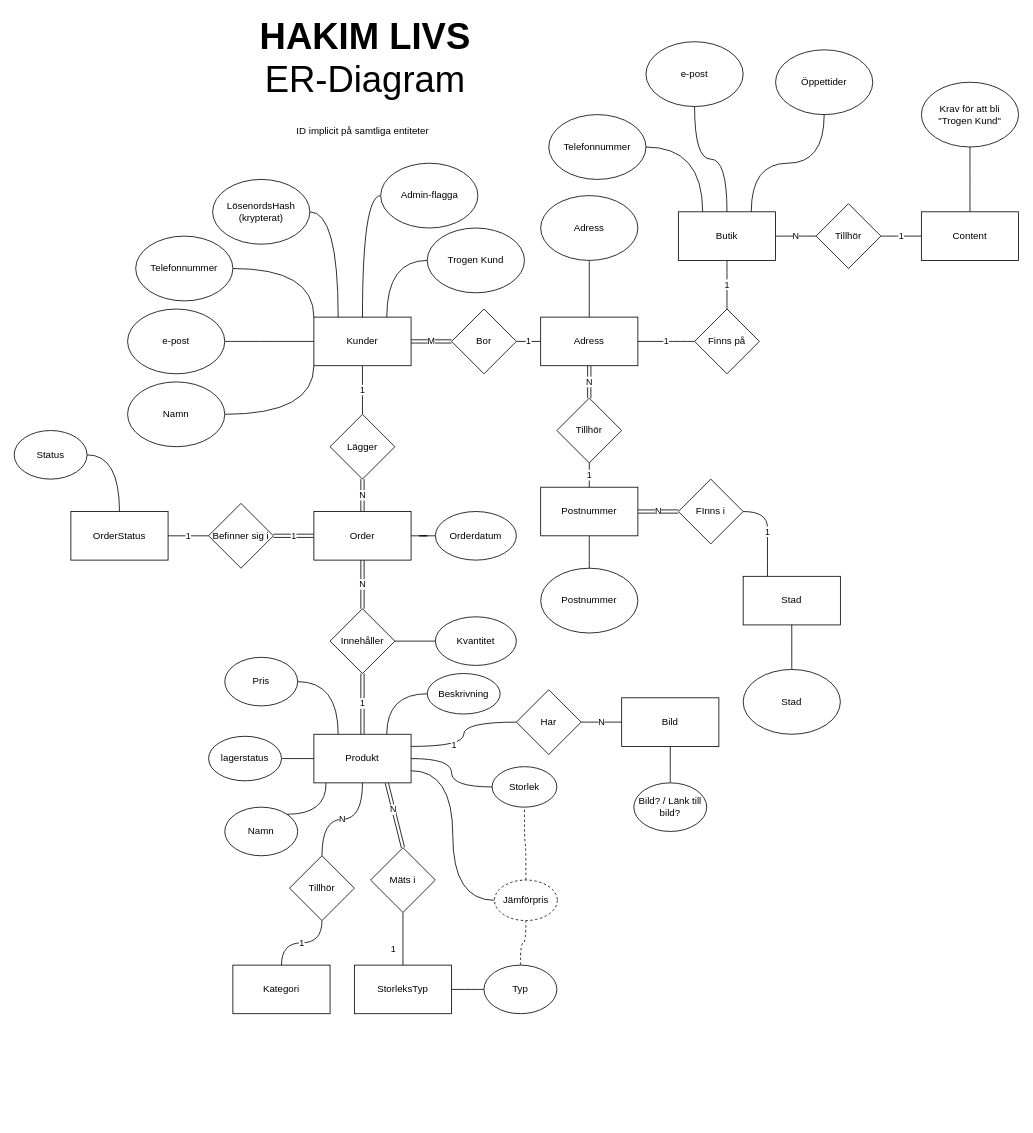
JesperJansson86/WebshopHakimsLivs keeps this draw.io diagram as database/SQL-ERDiagram210406.drawio. Above is the earlier version. Source tidied: cells renumbered, new cells numbered last; positions are measured from the earlier drawing's top-left corner, leaving out a move shared by most shapes. Both pictures are drawn from the tidied source at 81%, with x=0, y=0 at pixel (14, 33).
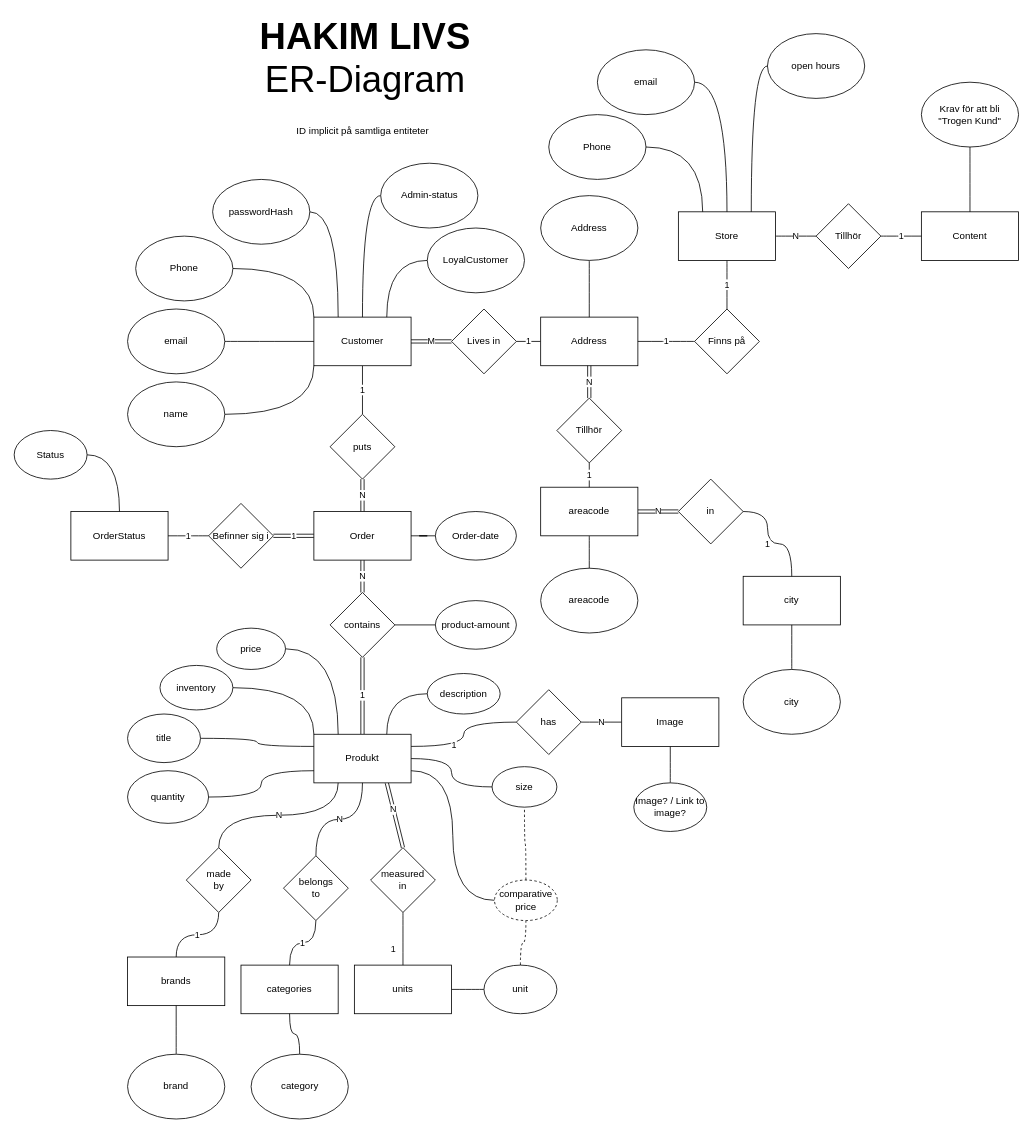
After the change.

Unchanged cells that the change refers to:
```xml
<mxCell id="18" value="Produkt" style="rounded=0;whiteSpace=wrap;html=1;" parent="1" vertex="1">
  <mxGeometry x="370" y="865" width="120" height="60" as="geometry" />
</mxCell>
<mxCell id="33" value="Order" style="rounded=0;whiteSpace=wrap;html=1;" parent="1" vertex="1">
  <mxGeometry x="370" y="590" width="120" height="60" as="geometry" />
</mxCell>
```

Diff of the diagram source:
```diff
@@
-    <mxCell id="2" value="1" style="edgeStyle=orthogonalEdgeStyle;rounded=0;jettySize=auto;html=1;endArrow=none;endFill=0;" parent="1" edge="1" source="4" target="20">
+    <mxCell id="2" value="1" style="rounded=0;jettySize=auto;html=1;endArrow=none;endFill=0;" parent="1" edge="1" source="4" target="20">
       <mxGeometry relative="1" as="geometry" />
     </mxCell>
@@
-    <mxCell id="4" value="&lt;div&gt;Kunder&lt;/div&gt;" style="rounded=0;whiteSpace=wrap;html=1;" parent="1" vertex="1">
+    <mxCell id="4" value="&lt;div&gt;Customer&lt;/div&gt;" style="rounded=0;whiteSpace=wrap;html=1;" parent="1" vertex="1">
       <mxGeometry x="370" y="350" width="120" height="60" as="geometry" />
     </mxCell>
@@
-    <mxCell id="7" value="Bor " style="rhombus;whiteSpace=wrap;html=1;" parent="1" vertex="1">
+    <mxCell id="7" value="Lives in" style="rhombus;whiteSpace=wrap;html=1;" parent="1" vertex="1">
       <mxGeometry x="540" y="340" width="80" height="80" as="geometry" />
     </mxCell>
-    <mxCell id="8" value="&lt;div&gt;Adress&lt;/div&gt;" style="rounded=0;whiteSpace=wrap;html=1;" parent="1" vertex="1">
+    <mxCell id="8" value="&lt;div&gt;Address&lt;/div&gt;" style="rounded=0;whiteSpace=wrap;html=1;" parent="1" vertex="1">
       <mxGeometry x="650" y="350" width="120" height="60" as="geometry" />
     </mxCell>
-    <mxCell id="9" value="Postnummer" style="ellipse;whiteSpace=wrap;html=1;" parent="1" vertex="1">
+    <mxCell id="9" value="areacode" style="ellipse;whiteSpace=wrap;html=1;" parent="1" vertex="1">
       <mxGeometry x="650" y="660" width="120" height="80" as="geometry" />
     </mxCell>
@@
-    <mxCell id="11" value="Adress" style="ellipse;whiteSpace=wrap;html=1;" parent="1" vertex="1">
+    <mxCell id="11" value="Address" style="ellipse;whiteSpace=wrap;html=1;" parent="1" vertex="1">
       <mxGeometry x="650" y="200" width="120" height="80" as="geometry" />
     </mxCell>
@@
-    <mxCell id="19" value="N" style="edgeStyle=orthogonalEdgeStyle;rounded=0;jettySize=auto;html=1;endArrow=none;endFill=0;shape=link;" parent="1" edge="1" source="20" target="33">
+    <mxCell id="19" value="N" style="rounded=0;jettySize=auto;html=1;endArrow=none;endFill=0;shape=link;entryX=0.5;entryY=0;entryDx=0;entryDy=0;exitX=0.5;exitY=1;exitDx=0;exitDy=0;" parent="1" edge="1" source="20" target="33">
       <mxGeometry relative="1" as="geometry" />
     </mxCell>
-    <mxCell id="20" value="Lägger" style="rhombus;whiteSpace=wrap;html=1;" parent="1" vertex="1">
+    <mxCell id="20" value="puts" style="rhombus;whiteSpace=wrap;html=1;" parent="1" vertex="1">
       <mxGeometry x="390" y="470" width="80" height="80" as="geometry" />
     </mxCell>
-    <mxCell id="21" style="edgeStyle=orthogonalEdgeStyle;curved=1;rounded=0;jettySize=auto;html=1;startArrow=none;startFill=0;endArrow=none;endFill=0;" parent="1" edge="1" source="22" target="18">
+    <mxCell id="21" style="edgeStyle=orthogonalEdgeStyle;curved=1;rounded=0;jettySize=auto;html=1;startArrow=none;startFill=0;endArrow=none;endFill=0;entryX=0;entryY=0;entryDx=0;entryDy=0;" parent="1" edge="1" source="22" target="18">
       <mxGeometry relative="1" as="geometry" />
     </mxCell>
-    <mxCell id="22" value="lagerstatus" style="ellipse;whiteSpace=wrap;html=1;" parent="1" vertex="1">
-      <mxGeometry x="240" y="867.5" width="90" height="55" as="geometry" />
+    <mxCell id="22" value="inventory" style="ellipse;whiteSpace=wrap;html=1;" parent="1" vertex="1">
+      <mxGeometry x="180" y="780" width="90" height="55" as="geometry" />
     </mxCell>
-    <mxCell id="23" style="edgeStyle=orthogonalEdgeStyle;rounded=0;jettySize=auto;html=1;exitX=1;exitY=0;exitDx=0;exitDy=0;endArrow=none;endFill=0;curved=1;" parent="1" edge="1" source="24">
-      <mxGeometry relative="1" as="geometry">
-        <mxPoint x="385" y="925" as="targetPoint" />
-      </mxGeometry>
+    <mxCell id="23" style="edgeStyle=orthogonalEdgeStyle;rounded=0;jettySize=auto;html=1;exitX=1;exitY=0.5;exitDx=0;exitDy=0;endArrow=none;endFill=0;curved=1;entryX=0;entryY=0.25;entryDx=0;entryDy=0;" parent="1" edge="1" source="24" target="18">
+      <mxGeometry relative="1" as="geometry" />
     </mxCell>
-    <mxCell id="24" value="Namn" style="ellipse;whiteSpace=wrap;html=1;" parent="1" vertex="1">
-      <mxGeometry x="260" y="955" width="90" height="60" as="geometry" />
+    <mxCell id="24" value="title" style="ellipse;whiteSpace=wrap;html=1;" parent="1" vertex="1">
+      <mxGeometry x="140" y="840" width="90" height="60" as="geometry" />
     </mxCell>
@@
-    <mxCell id="26" value="Beskrivning" style="ellipse;whiteSpace=wrap;html=1;" parent="1" vertex="1">
+    <mxCell id="26" value="description" style="ellipse;whiteSpace=wrap;html=1;" parent="1" vertex="1">
       <mxGeometry x="510" y="790" width="90" height="50" as="geometry" />
     </mxCell>
@@
-    <mxCell id="28" value="Bild? / Länk till bild?" style="ellipse;whiteSpace=wrap;html=1;" parent="1" vertex="1">
+    <mxCell id="28" value="Image? / Link to image?" style="ellipse;whiteSpace=wrap;html=1;" parent="1" vertex="1">
       <mxGeometry x="765" y="925" width="90" height="60" as="geometry" />
     </mxCell>
@@
-    <mxCell id="30" value="&lt;div&gt;Pris&lt;/div&gt;" style="ellipse;whiteSpace=wrap;html=1;" parent="1" vertex="1">
-      <mxGeometry x="260" y="770" width="90" height="60" as="geometry" />
+    <mxCell id="30" value="&lt;div&gt;price&lt;/div&gt;" style="ellipse;whiteSpace=wrap;html=1;" parent="1" vertex="1">
+      <mxGeometry x="250" y="734" width="85" height="51" as="geometry" />
     </mxCell>
@@
-    <mxCell id="35" value="Orderdatum" style="ellipse;whiteSpace=wrap;html=1;" parent="1" vertex="1">
+    <mxCell id="35" value="Order-date" style="ellipse;whiteSpace=wrap;html=1;" parent="1" vertex="1">
       <mxGeometry x="520" y="590" width="100" height="60" as="geometry" />
     </mxCell>
@@
-    <mxCell id="37" value="Kvantitet" style="ellipse;whiteSpace=wrap;html=1;" parent="1" vertex="1">
-      <mxGeometry x="520" y="720" width="100" height="60" as="geometry" />
+    <mxCell id="37" value="product-amount" style="ellipse;whiteSpace=wrap;html=1;" parent="1" vertex="1">
+      <mxGeometry x="520" y="700" width="100" height="60" as="geometry" />
     </mxCell>
-    <mxCell id="38" value="Innehåller" style="rhombus;whiteSpace=wrap;html=1;" parent="1" vertex="1">
-      <mxGeometry x="390" y="710" width="80" height="80" as="geometry" />
+    <mxCell id="38" value="contains" style="rhombus;whiteSpace=wrap;html=1;" parent="1" vertex="1">
+      <mxGeometry x="390" y="690" width="80" height="80" as="geometry" />
     </mxCell>
-    <mxCell id="39" value="Kategori" style="rounded=0;whiteSpace=wrap;html=1;" parent="1" vertex="1">
-      <mxGeometry x="270" y="1150" width="120" height="60" as="geometry" />
+    <mxCell id="39" value="categories" style="rounded=0;whiteSpace=wrap;html=1;" parent="1" vertex="1">
+      <mxGeometry x="280" y="1150" width="120" height="60" as="geometry" />
     </mxCell>
@@
-    <mxCell id="42" value="Tillhör" style="rhombus;whiteSpace=wrap;html=1;" parent="1" vertex="1">
-      <mxGeometry x="340" y="1015" width="80" height="80" as="geometry" />
+    <mxCell id="42" value="belongs&lt;br&gt;to" style="rhombus;whiteSpace=wrap;html=1;" parent="1" vertex="1">
+      <mxGeometry x="332.5" y="1015" width="80" height="80" as="geometry" />
     </mxCell>
@@
-    <mxCell id="45" value="Typ" style="ellipse;whiteSpace=wrap;html=1;" parent="1" vertex="1">
+    <mxCell id="45" value="unit" style="ellipse;whiteSpace=wrap;html=1;" parent="1" vertex="1">
       <mxGeometry x="580" y="1150" width="90" height="60" as="geometry" />
     </mxCell>
-    <mxCell id="46" value="StorleksTyp" style="rounded=0;whiteSpace=wrap;html=1;" parent="1" vertex="1">
+    <mxCell id="46" value="units" style="rounded=0;whiteSpace=wrap;html=1;" parent="1" vertex="1">
       <mxGeometry x="420" y="1150" width="120" height="60" as="geometry" />
     </mxCell>
@@
-    <mxCell id="48" value="Telefonnummer" style="ellipse;whiteSpace=wrap;html=1;" parent="1" vertex="1">
+    <mxCell id="48" value="Phone" style="ellipse;whiteSpace=wrap;html=1;" parent="1" vertex="1">
       <mxGeometry x="150" y="250" width="120" height="80" as="geometry" />
     </mxCell>
@@
-    <mxCell id="50" value="e-post" style="ellipse;whiteSpace=wrap;html=1;" parent="1" vertex="1">
+    <mxCell id="50" value="email" style="ellipse;whiteSpace=wrap;html=1;" parent="1" vertex="1">
       <mxGeometry x="140" y="340" width="120" height="80" as="geometry" />
     </mxCell>
@@
-    <mxCell id="52" value="Namn" style="ellipse;whiteSpace=wrap;html=1;" parent="1" vertex="1">
+    <mxCell id="52" value="name" style="ellipse;whiteSpace=wrap;html=1;" parent="1" vertex="1">
       <mxGeometry x="140" y="430" width="120" height="80" as="geometry" />
     </mxCell>
@@
-    <mxCell id="55" value="Postnummer" style="rounded=0;whiteSpace=wrap;html=1;" parent="1" vertex="1">
+    <mxCell id="55" value="areacode" style="rounded=0;whiteSpace=wrap;html=1;" parent="1" vertex="1">
       <mxGeometry x="650" y="560" width="120" height="60" as="geometry" />
     </mxCell>
@@
-    <mxCell id="59" value="LösenordsHash&lt;br&gt;(krypterat)" style="ellipse;whiteSpace=wrap;html=1;" parent="1" vertex="1">
+    <mxCell id="59" value="passwordHash" style="ellipse;whiteSpace=wrap;html=1;" parent="1" vertex="1">
       <mxGeometry x="245" y="180" width="120" height="80" as="geometry" />
     </mxCell>
@@
-    <mxCell id="66" value="Mäts i" style="rhombus;whiteSpace=wrap;html=1;" parent="1" vertex="1">
+    <mxCell id="66" value="measured&lt;br&gt;in" style="rhombus;whiteSpace=wrap;html=1;" parent="1" vertex="1">
       <mxGeometry x="440" y="1005" width="80" height="80" as="geometry" />
     </mxCell>
@@
-    <mxCell id="68" value="Storlek" style="ellipse;whiteSpace=wrap;html=1;" parent="1" vertex="1">
+    <mxCell id="68" value="size" style="ellipse;whiteSpace=wrap;html=1;" parent="1" vertex="1">
       <mxGeometry x="590" y="905" width="80" height="50" as="geometry" />
     </mxCell>
@@
-    <mxCell id="70" value="Admin-flagga" style="ellipse;whiteSpace=wrap;html=1;" parent="1" vertex="1">
+    <mxCell id="70" value="Admin-status" style="ellipse;whiteSpace=wrap;html=1;" parent="1" vertex="1">
       <mxGeometry x="452.5" y="160" width="120" height="80" as="geometry" />
     </mxCell>
-    <mxCell id="71" value="Har" style="rhombus;whiteSpace=wrap;html=1;" parent="1" vertex="1">
+    <mxCell id="71" value="has" style="rhombus;whiteSpace=wrap;html=1;" parent="1" vertex="1">
       <mxGeometry x="620" y="810" width="80" height="80" as="geometry" />
     </mxCell>
@@
-    <mxCell id="73" value="Bild" style="rounded=0;whiteSpace=wrap;html=1;" parent="1" vertex="1">
+    <mxCell id="73" value="Image" style="rounded=0;whiteSpace=wrap;html=1;" parent="1" vertex="1">
       <mxGeometry x="750" y="820" width="120" height="60" as="geometry" />
     </mxCell>
-    <mxCell id="74" value="Stad" style="rounded=0;whiteSpace=wrap;html=1;" parent="1" vertex="1">
+    <mxCell id="74" value="city" style="rounded=0;whiteSpace=wrap;html=1;" parent="1" vertex="1">
       <mxGeometry x="900" y="670" width="120" height="60" as="geometry" />
     </mxCell>
@@
-    <mxCell id="76" value="Stad" style="ellipse;whiteSpace=wrap;html=1;" parent="1" vertex="1">
+    <mxCell id="76" value="city" style="ellipse;whiteSpace=wrap;html=1;" parent="1" vertex="1">
       <mxGeometry x="900" y="785" width="120" height="80" as="geometry" />
     </mxCell>
-    <mxCell id="77" value="1" style="edgeStyle=orthogonalEdgeStyle;curved=1;rounded=0;jettySize=auto;html=1;exitX=1;exitY=0.5;exitDx=0;exitDy=0;entryX=0.25;entryY=0;entryDx=0;entryDy=0;endArrow=none;endFill=0;" parent="1" edge="1" source="78" target="74">
+    <mxCell id="77" value="1" style="edgeStyle=orthogonalEdgeStyle;curved=1;rounded=0;jettySize=auto;html=1;exitX=1;exitY=0.5;exitDx=0;exitDy=0;entryX=0.5;entryY=0;entryDx=0;entryDy=0;endArrow=none;endFill=0;" parent="1" edge="1" source="78" target="74">
       <mxGeometry relative="1" as="geometry">
         <Array as="points">
           <mxPoint x="930" y="590" />
           <mxPoint x="930" y="630" />
+          <mxPoint x="960" y="630" />
         </Array>
       </mxGeometry>
     </mxCell>
-    <mxCell id="78" value="FInns i" style="rhombus;whiteSpace=wrap;html=1;" parent="1" vertex="1">
+    <mxCell id="78" value="in" style="rhombus;whiteSpace=wrap;html=1;" parent="1" vertex="1">
       <mxGeometry x="820" y="550" width="80" height="80" as="geometry" />
     </mxCell>
@@
-    <mxCell id="86" value="Trogen Kund" style="ellipse;whiteSpace=wrap;html=1;" parent="1" vertex="1">
+    <mxCell id="86" value="LoyalCustomer" style="ellipse;whiteSpace=wrap;html=1;" parent="1" vertex="1">
       <mxGeometry x="510" y="240" width="120" height="80" as="geometry" />
     </mxCell>
@@
-    <mxCell id="90" value="Butik" style="rounded=0;whiteSpace=wrap;html=1;" parent="1" vertex="1">
+    <mxCell id="90" value="Store" style="rounded=0;whiteSpace=wrap;html=1;" parent="1" vertex="1">
       <mxGeometry x="820" y="220" width="120" height="60" as="geometry" />
     </mxCell>
@@
-    <mxCell id="94" value="Telefonnummer" style="ellipse;whiteSpace=wrap;html=1;" parent="1" vertex="1">
+    <mxCell id="94" value="Phone" style="ellipse;whiteSpace=wrap;html=1;" parent="1" vertex="1">
       <mxGeometry x="660" y="100" width="120" height="80" as="geometry" />
     </mxCell>
@@
-    <mxCell id="96" value="Jämförpris" style="ellipse;whiteSpace=wrap;html=1;dashed=1;" parent="1" vertex="1">
+    <mxCell id="96" value="comparative price" style="ellipse;whiteSpace=wrap;html=1;dashed=1;" parent="1" vertex="1">
       <mxGeometry x="593" y="1045" width="77.5" height="50" as="geometry" />
     </mxCell>
-    <mxCell id="97" style="edgeStyle=orthogonalEdgeStyle;rounded=0;jettySize=auto;html=1;exitX=0.5;exitY=1;exitDx=0;exitDy=0;entryX=0.5;entryY=0;entryDx=0;entryDy=0;startArrow=none;startFill=0;endArrow=none;endFill=0;curved=1;" parent="1" edge="1" source="98" target="90">
+    <mxCell id="97" style="edgeStyle=orthogonalEdgeStyle;rounded=0;jettySize=auto;html=1;exitX=1;exitY=0.5;exitDx=0;exitDy=0;entryX=0.5;entryY=0;entryDx=0;entryDy=0;startArrow=none;startFill=0;endArrow=none;endFill=0;curved=1;" parent="1" edge="1" source="98" target="90">
       <mxGeometry relative="1" as="geometry" />
     </mxCell>
-    <mxCell id="98" value="e-post" style="ellipse;whiteSpace=wrap;html=1;" parent="1" vertex="1">
-      <mxGeometry x="780" y="10" width="120" height="80" as="geometry" />
+    <mxCell id="98" value="email" style="ellipse;whiteSpace=wrap;html=1;" parent="1" vertex="1">
+      <mxGeometry x="720" y="20" width="120" height="80" as="geometry" />
     </mxCell>
-    <mxCell id="99" style="edgeStyle=orthogonalEdgeStyle;curved=1;rounded=0;jettySize=auto;html=1;exitX=0.5;exitY=1;exitDx=0;exitDy=0;entryX=0.75;entryY=0;entryDx=0;entryDy=0;startArrow=none;startFill=0;endArrow=none;endFill=0;" parent="1" edge="1" source="100" target="90">
+    <mxCell id="99" style="edgeStyle=orthogonalEdgeStyle;curved=1;rounded=0;jettySize=auto;html=1;exitX=0;exitY=0.5;exitDx=0;exitDy=0;entryX=0.75;entryY=0;entryDx=0;entryDy=0;startArrow=none;startFill=0;endArrow=none;endFill=0;" parent="1" edge="1" source="100" target="90">
       <mxGeometry relative="1" as="geometry" />
     </mxCell>
-    <mxCell id="100" value="Öppettider" style="ellipse;whiteSpace=wrap;html=1;" parent="1" vertex="1">
-      <mxGeometry x="940" y="20" width="120" height="80" as="geometry" />
+    <mxCell id="100" value="open hours" style="ellipse;whiteSpace=wrap;html=1;" parent="1" vertex="1">
+      <mxGeometry x="930" width="120" height="80" as="geometry" />
     </mxCell>
+    <mxCell id="101" value="brands" style="rounded=0;whiteSpace=wrap;html=1;" parent="1" vertex="1">
+      <mxGeometry x="140" y="1140" width="120" height="60" as="geometry" />
+    </mxCell>
+    <mxCell id="102" style="edgeStyle=orthogonalEdgeStyle;rounded=0;jettySize=auto;html=1;exitX=0.5;exitY=0;exitDx=0;exitDy=0;entryX=0.5;entryY=1;entryDx=0;entryDy=0;curved=1;endArrow=none;endFill=0;" parent="1" edge="1" source="103" target="101">
+      <mxGeometry relative="1" as="geometry" />
+    </mxCell>
+    <mxCell id="103" value="brand" style="ellipse;whiteSpace=wrap;html=1;" parent="1" vertex="1">
+      <mxGeometry x="140" y="1260" width="120" height="80" as="geometry" />
+    </mxCell>
+    <mxCell id="104" style="edgeStyle=orthogonalEdgeStyle;curved=1;rounded=0;jettySize=auto;html=1;endArrow=none;endFill=0;" parent="1" edge="1" source="105" target="39">
+      <mxGeometry relative="1" as="geometry" />
+    </mxCell>
+    <mxCell id="105" value="category" style="ellipse;whiteSpace=wrap;html=1;" parent="1" vertex="1">
+      <mxGeometry x="292.5" y="1260" width="120" height="80" as="geometry" />
+    </mxCell>
+    <mxCell id="106" value="N" style="edgeStyle=orthogonalEdgeStyle;curved=1;rounded=0;jettySize=auto;html=1;exitX=0.5;exitY=0;exitDx=0;exitDy=0;entryX=0.25;entryY=1;entryDx=0;entryDy=0;endArrow=none;endFill=0;" parent="1" edge="1" source="108" target="18">
+      <mxGeometry relative="1" as="geometry" />
+    </mxCell>
+    <mxCell id="107" value="1" style="edgeStyle=orthogonalEdgeStyle;curved=1;rounded=0;jettySize=auto;html=1;exitX=0.5;exitY=1;exitDx=0;exitDy=0;entryX=0.5;entryY=0;entryDx=0;entryDy=0;endArrow=none;endFill=0;" parent="1" edge="1" source="108" target="101">
+      <mxGeometry relative="1" as="geometry" />
+    </mxCell>
+    <mxCell id="108" value="made&lt;br&gt;by" style="rhombus;whiteSpace=wrap;html=1;" parent="1" vertex="1">
+      <mxGeometry x="212.5" y="1005" width="80" height="80" as="geometry" />
+    </mxCell>
+    <mxCell id="109" style="edgeStyle=orthogonalEdgeStyle;curved=1;rounded=0;jettySize=auto;html=1;exitX=1;exitY=0.5;exitDx=0;exitDy=0;entryX=0;entryY=0.75;entryDx=0;entryDy=0;endArrow=none;endFill=0;" parent="1" edge="1" source="110" target="18">
+      <mxGeometry relative="1" as="geometry" />
+    </mxCell>
+    <mxCell id="110" value="quantity" style="ellipse;whiteSpace=wrap;html=1;" parent="1" vertex="1">
+      <mxGeometry x="140" y="910" width="100" height="65" as="geometry" />
+    </mxCell>
```
